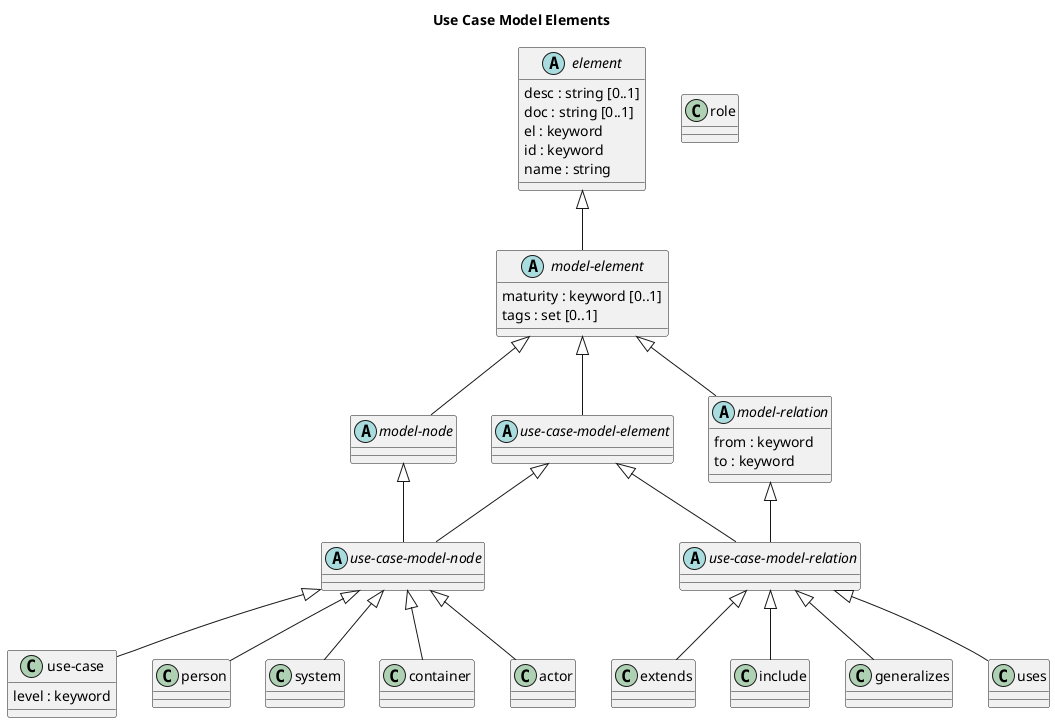
Before: docs/overarch/data-model/use-case-model-elements.png, a diagram exported from PlantUML (soulspace-org/overarch).
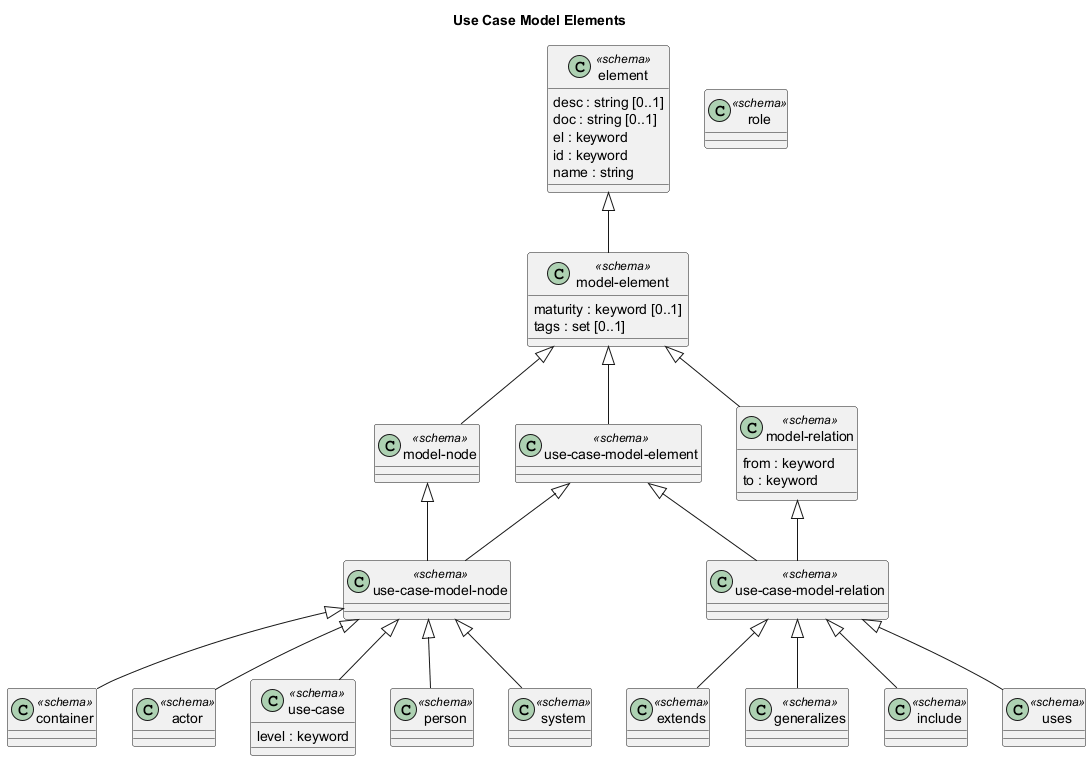
Above is the later version.

The edit, as a diff of the source:
```diff
@@ -7,37 +7,37 @@
 
 title Use Case Model Elements
 
-class "extends" as overarch_dataModel_extends {}
-abstract class "model-element" as overarch_dataModel_modelElement {
+class "container" as overarch_dataModel_container <<schema>> {}
+class "actor" as overarch_dataModel_actor <<schema>> {}
+class "model-element" as overarch_dataModel_modelElement <<schema>> {
   maturity : keyword [0..1]
   tags : set [0..1]
 }
-class "include" as overarch_dataModel_include {}
-class "use-case" as overarch_dataModel_useCase {
+class "extends" as overarch_dataModel_extends <<schema>> {}
+class "use-case" as overarch_dataModel_useCase <<schema>> {
   level : keyword
 }
-class "person" as overarch_dataModel_person {}
-class "generalizes" as overarch_dataModel_generalizes {}
-class "system" as overarch_dataModel_system {}
-class "container" as overarch_dataModel_container {}
-abstract class "model-node" as overarch_dataModel_modelNode {}
-abstract class "model-relation" as overarch_dataModel_modelRelation {
-  from : keyword
-  to : keyword
-}
-abstract class "use-case-model-relation" as overarch_dataModel_useCaseModelRelation {}
-abstract class "use-case-model-node" as overarch_dataModel_useCaseModelNode {}
-class "uses" as overarch_dataModel_uses {}
-class "role" as overarch_dataModel_role {}
-class "actor" as overarch_dataModel_actor {}
-abstract class "use-case-model-element" as overarch_dataModel_useCaseModelElement {}
-abstract class "element" as overarch_dataModel_element {
+class "use-case-model-node" as overarch_dataModel_useCaseModelNode <<schema>> {}
+class "generalizes" as overarch_dataModel_generalizes <<schema>> {}
+class "person" as overarch_dataModel_person <<schema>> {}
+class "model-node" as overarch_dataModel_modelNode <<schema>> {}
+class "use-case-model-relation" as overarch_dataModel_useCaseModelRelation <<schema>> {}
+class "role" as overarch_dataModel_role <<schema>> {}
+class "use-case-model-element" as overarch_dataModel_useCaseModelElement <<schema>> {}
+class "element" as overarch_dataModel_element <<schema>> {
   desc : string [0..1]
   doc : string [0..1]
   el : keyword
   id : keyword
   name : string
 }
+class "model-relation" as overarch_dataModel_modelRelation <<schema>> {
+  from : keyword
+  to : keyword
+}
+class "include" as overarch_dataModel_include <<schema>> {}
+class "system" as overarch_dataModel_system <<schema>> {}
+class "uses" as overarch_dataModel_uses <<schema>> {}
 overarch_dataModel_useCaseModelRelation <|-- overarch_dataModel_extends
 overarch_dataModel_element <|-- overarch_dataModel_modelElement
 overarch_dataModel_modelElement <|-- overarch_dataModel_modelNode
```
